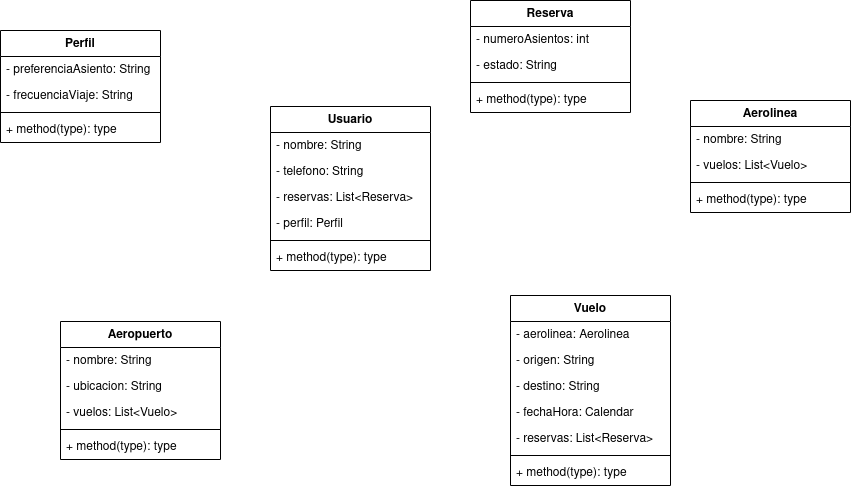
Earlier version of the draw.io export ejercicio2/diagram/ejercicio2-maxi.png (mackstm/examen-ets). Source tidied: cells renumbered, new cells last; positions are measured from the earlier drawing's top-left corner, leaving out a move shared by most shapes.
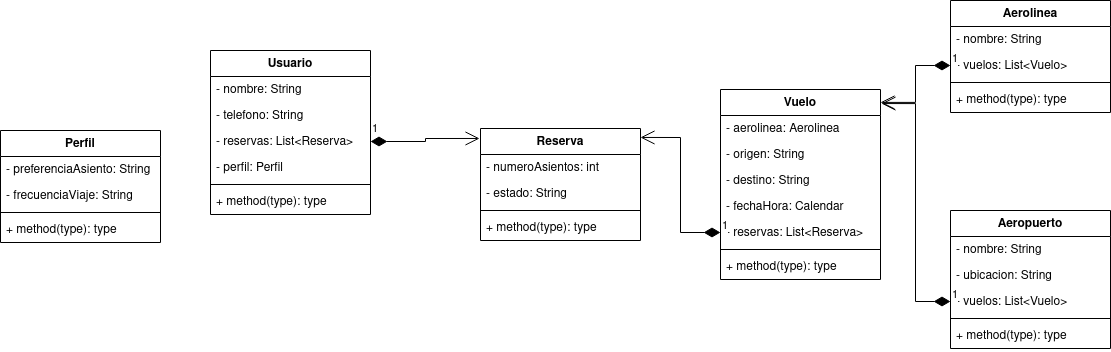
After the commit.

Diff of the diagram source:
```diff
@@ -3,7 +3,7 @@
     <mxCell id="0" />
     <mxCell id="1" parent="0" />
     <mxCell id="2" value="Usuario" style="swimlane;fontStyle=1;align=center;verticalAlign=top;horizontal=1;startSize=26;whiteSpace=wrap;html=1;" parent="1" vertex="1">
-      <mxGeometry x="270" y="106" width="160" height="164" as="geometry" />
+      <mxGeometry x="210" y="-50" width="160" height="164" as="geometry" />
     </mxCell>
     <mxCell id="3" value="- nombre: String" style="text;strokeColor=none;fillColor=none;align=left;verticalAlign=top;spacingLeft=4;spacingRight=4;overflow=hidden;whiteSpace=wrap;html=1;" parent="2" vertex="1">
       <mxGeometry y="26" width="160" height="26" as="geometry" />
@@ -24,7 +24,7 @@
       <mxGeometry y="138" width="160" height="26" as="geometry" />
     </mxCell>
     <mxCell id="9" value="Reserva" style="swimlane;fontStyle=1;align=center;verticalAlign=top;horizontal=1;startSize=26;whiteSpace=wrap;html=1;" parent="1" vertex="1">
-      <mxGeometry x="470" width="160" height="112" as="geometry" />
+      <mxGeometry x="480" y="28" width="160" height="112" as="geometry" />
     </mxCell>
     <mxCell id="10" value="- numeroAsientos: int" style="text;strokeColor=none;fillColor=none;align=left;verticalAlign=top;spacingLeft=4;spacingRight=4;overflow=hidden;whiteSpace=wrap;html=1;" parent="9" vertex="1">
       <mxGeometry y="26" width="160" height="26" as="geometry" />
@@ -39,7 +39,7 @@
       <mxGeometry y="86" width="160" height="26" as="geometry" />
     </mxCell>
     <mxCell id="14" value="Vuelo" style="swimlane;fontStyle=1;align=center;verticalAlign=top;horizontal=1;startSize=26;whiteSpace=wrap;html=1;" parent="1" vertex="1">
-      <mxGeometry x="510" y="295" width="160" height="190" as="geometry" />
+      <mxGeometry x="720" y="-11" width="160" height="190" as="geometry" />
     </mxCell>
     <mxCell id="15" value="- aerolinea: Aerolinea" style="text;strokeColor=none;fillColor=none;align=left;verticalAlign=top;spacingLeft=4;spacingRight=4;overflow=hidden;whiteSpace=wrap;html=1;" parent="14" vertex="1">
       <mxGeometry y="26" width="160" height="26" as="geometry" />
@@ -63,7 +63,7 @@
       <mxGeometry y="164" width="160" height="26" as="geometry" />
     </mxCell>
     <mxCell id="22" value="Aerolinea" style="swimlane;fontStyle=1;align=center;verticalAlign=top;horizontal=1;startSize=26;whiteSpace=wrap;html=1;" parent="1" vertex="1">
-      <mxGeometry x="690" y="100" width="160" height="112" as="geometry" />
+      <mxGeometry x="950" y="-100" width="160" height="112" as="geometry" />
     </mxCell>
     <mxCell id="23" value="- nombre: String" style="text;strokeColor=none;fillColor=none;align=left;verticalAlign=top;spacingLeft=4;spacingRight=4;overflow=hidden;whiteSpace=wrap;html=1;" parent="22" vertex="1">
       <mxGeometry y="26" width="160" height="26" as="geometry" />
@@ -78,7 +78,7 @@
       <mxGeometry y="86" width="160" height="26" as="geometry" />
     </mxCell>
     <mxCell id="27" value="Aeropuerto" style="swimlane;fontStyle=1;align=center;verticalAlign=top;horizontal=1;startSize=26;whiteSpace=wrap;html=1;" parent="1" vertex="1">
-      <mxGeometry x="60" y="321" width="160" height="138" as="geometry" />
+      <mxGeometry x="950" y="110" width="160" height="138" as="geometry" />
     </mxCell>
     <mxCell id="28" value="- nombre: String" style="text;strokeColor=none;fillColor=none;align=left;verticalAlign=top;spacingLeft=4;spacingRight=4;overflow=hidden;whiteSpace=wrap;html=1;" parent="27" vertex="1">
       <mxGeometry y="26" width="160" height="26" as="geometry" />
@@ -110,5 +110,17 @@
     <mxCell id="37" value="+ method(type): type" style="text;strokeColor=none;fillColor=none;align=left;verticalAlign=top;spacingLeft=4;spacingRight=4;overflow=hidden;whiteSpace=wrap;html=1;" parent="33" vertex="1">
       <mxGeometry y="86" width="160" height="26" as="geometry" />
     </mxCell>
+    <mxCell id="38" value="1" style="endArrow=open;html=1;endSize=12;startArrow=diamondThin;startSize=14;startFill=1;edgeStyle=orthogonalEdgeStyle;align=left;verticalAlign=bottom;rounded=0;exitX=1;exitY=0.5;exitDx=0;exitDy=0;entryX=-0.006;entryY=0.089;entryDx=0;entryDy=0;entryPerimeter=0;" parent="1" edge="1" source="5" target="9">
+      <mxGeometry x="-1" y="3" relative="1" as="geometry" />
+    </mxCell>
+    <mxCell id="39" value="1" style="endArrow=open;html=1;endSize=12;startArrow=diamondThin;startSize=14;startFill=1;edgeStyle=orthogonalEdgeStyle;align=left;verticalAlign=bottom;rounded=0;exitX=0;exitY=0.5;exitDx=0;exitDy=0;entryX=1;entryY=0.08;entryDx=0;entryDy=0;entryPerimeter=0;" parent="1" edge="1" source="19" target="9">
+      <mxGeometry x="-1" y="3" relative="1" as="geometry" />
+    </mxCell>
+    <mxCell id="40" value="1" style="endArrow=open;html=1;endSize=12;startArrow=diamondThin;startSize=14;startFill=1;edgeStyle=orthogonalEdgeStyle;align=left;verticalAlign=bottom;rounded=0;exitX=0;exitY=0.5;exitDx=0;exitDy=0;entryX=1;entryY=0.068;entryDx=0;entryDy=0;entryPerimeter=0;" parent="1" edge="1" source="24" target="14">
+      <mxGeometry x="-1" y="3" relative="1" as="geometry" />
+    </mxCell>
+    <mxCell id="41" value="1" style="endArrow=open;html=1;endSize=12;startArrow=diamondThin;startSize=14;startFill=1;edgeStyle=orthogonalEdgeStyle;align=left;verticalAlign=bottom;rounded=0;exitX=0;exitY=0.5;exitDx=0;exitDy=0;entryX=1.006;entryY=0.074;entryDx=0;entryDy=0;entryPerimeter=0;" parent="1" edge="1" source="30" target="14">
+      <mxGeometry x="-1" y="3" relative="1" as="geometry" />
+    </mxCell>
   </root>
 </mxGraphModel>
```
